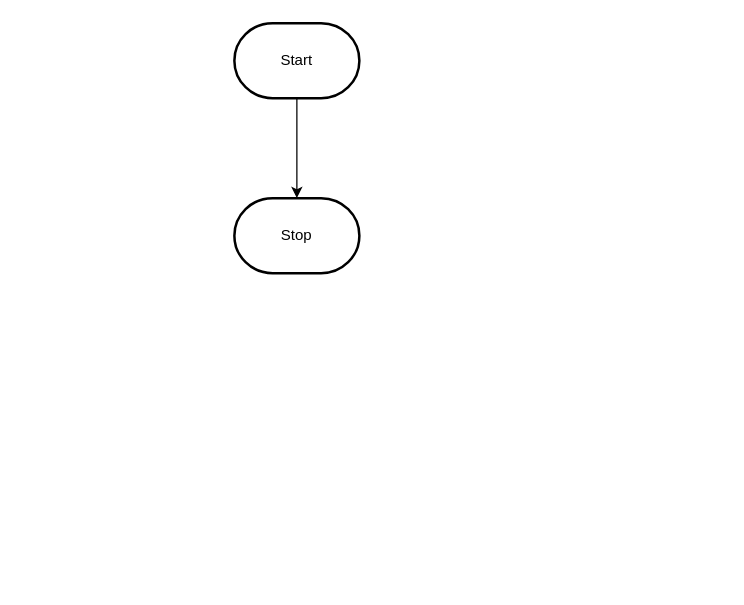
MTHS-ICD2O-1-2023/ICD2O-Unit-5-07-pablo-fiallos-granados keeps this draw.io diagram as design/flowchart.drawio. Above is the earlier version. Source tidied: cells renumbered, new cells numbered last; positions are measured from the earlier drawing's top-left corner, leaving out a move shared by most shapes. Both pictures are drawn from the tidied source at 125%, with x=0, y=0 at pixel (234, 22).
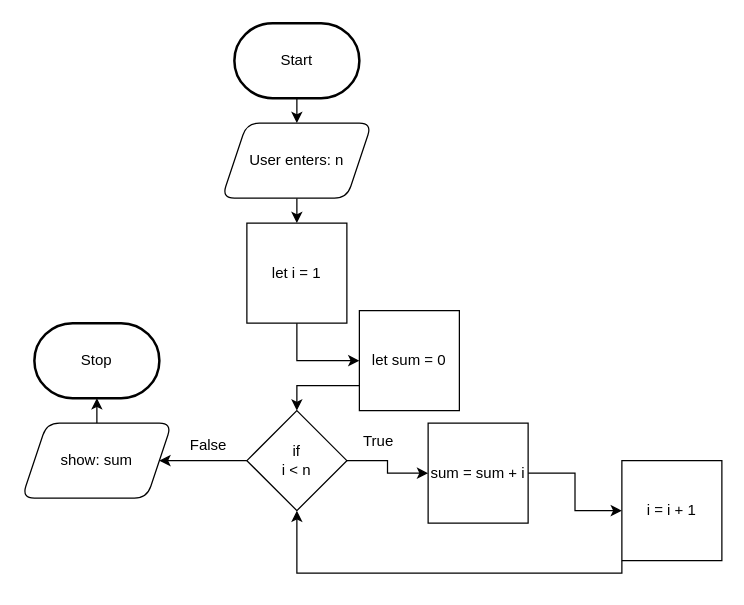
Above is the later version.

Unchanged cells that the change refers to:
```xml
<mxCell id="3" value="Start" style="strokeWidth=2;html=1;shape=mxgraph.flowchart.terminator;whiteSpace=wrap;" parent="1" vertex="1">
  <mxGeometry width="100" height="60" as="geometry" />
</mxCell>
```

The edit, as a diff of the source:
```diff
@@
-    <mxCell id="2" style="edgeStyle=orthogonalEdgeStyle;html=1;rounded=0;" parent="1" edge="1" source="3" target="4">
-      <mxGeometry relative="1" as="geometry" />
-    </mxCell>
+    <mxCell id="5" style="edgeStyle=orthogonalEdgeStyle;html=1;exitX=0.5;exitY=1;exitDx=0;exitDy=0;exitPerimeter=0;rounded=0;" parent="1" edge="1" source="3" target="7">
+      <mxGeometry relative="1" as="geometry" />
+    </mxCell>
@@
     <mxCell id="4" value="Stop" style="strokeWidth=2;html=1;shape=mxgraph.flowchart.terminator;whiteSpace=wrap;" parent="1" vertex="1">
-      <mxGeometry y="140" width="100" height="60" as="geometry" />
+      <mxGeometry x="-160" y="240" width="100" height="60" as="geometry" />
     </mxCell>
+    <mxCell id="6" style="edgeStyle=orthogonalEdgeStyle;rounded=0;html=1;exitX=0.5;exitY=1;exitDx=0;exitDy=0;entryX=0.5;entryY=0;entryDx=0;entryDy=0;" parent="1" edge="1" source="7" target="9">
+      <mxGeometry relative="1" as="geometry" />
+    </mxCell>
+    <mxCell id="7" value="User enters: n" style="shape=parallelogram;perimeter=parallelogramPerimeter;whiteSpace=wrap;html=1;fixedSize=1;rounded=1;" parent="1" vertex="1">
+      <mxGeometry x="-10" y="80" width="120" height="60" as="geometry" />
+    </mxCell>
+    <mxCell id="8" style="edgeStyle=orthogonalEdgeStyle;rounded=0;html=1;exitX=0.5;exitY=1;exitDx=0;exitDy=0;entryX=0;entryY=0.5;entryDx=0;entryDy=0;" parent="1" edge="1" source="9" target="14">
+      <mxGeometry relative="1" as="geometry" />
+    </mxCell>
+    <mxCell id="9" value="let i = 1" style="whiteSpace=wrap;html=1;rounded=0;" parent="1" vertex="1">
+      <mxGeometry x="10" y="160" width="80" height="80" as="geometry" />
+    </mxCell>
+    <mxCell id="10" style="edgeStyle=orthogonalEdgeStyle;rounded=0;html=1;exitX=1;exitY=0.5;exitDx=0;exitDy=0;" parent="1" edge="1" source="12" target="16">
+      <mxGeometry relative="1" as="geometry" />
+    </mxCell>
+    <mxCell id="11" style="edgeStyle=orthogonalEdgeStyle;rounded=0;html=1;exitX=0;exitY=0.5;exitDx=0;exitDy=0;entryX=1;entryY=0.5;entryDx=0;entryDy=0;" parent="1" edge="1" source="12" target="22">
+      <mxGeometry relative="1" as="geometry" />
+    </mxCell>
+    <mxCell id="12" value="if &lt;br&gt;i &amp;lt; n" style="rhombus;whiteSpace=wrap;html=1;rounded=0;" parent="1" vertex="1">
+      <mxGeometry x="10" y="310" width="80" height="80" as="geometry" />
+    </mxCell>
+    <mxCell id="13" style="edgeStyle=orthogonalEdgeStyle;rounded=0;html=1;exitX=0;exitY=0.75;exitDx=0;exitDy=0;entryX=0.5;entryY=0;entryDx=0;entryDy=0;" parent="1" edge="1" source="14" target="12">
+      <mxGeometry relative="1" as="geometry" />
+    </mxCell>
+    <mxCell id="14" value="let sum = 0" style="whiteSpace=wrap;html=1;rounded=0;" parent="1" vertex="1">
+      <mxGeometry x="100" y="230" width="80" height="80" as="geometry" />
+    </mxCell>
+    <mxCell id="15" style="edgeStyle=orthogonalEdgeStyle;rounded=0;html=1;exitX=1;exitY=0.5;exitDx=0;exitDy=0;entryX=0;entryY=0.5;entryDx=0;entryDy=0;" parent="1" edge="1" source="16" target="18">
+      <mxGeometry relative="1" as="geometry" />
+    </mxCell>
+    <mxCell id="16" value="sum = sum + i" style="whiteSpace=wrap;html=1;rounded=0;" parent="1" vertex="1">
+      <mxGeometry x="155" y="320" width="80" height="80" as="geometry" />
+    </mxCell>
+    <mxCell id="17" style="edgeStyle=orthogonalEdgeStyle;rounded=0;html=1;exitX=0;exitY=1;exitDx=0;exitDy=0;entryX=0.5;entryY=1;entryDx=0;entryDy=0;" parent="1" edge="1" source="18" target="12">
+      <mxGeometry relative="1" as="geometry" />
+    </mxCell>
+    <mxCell id="18" value="i = i + 1" style="whiteSpace=wrap;html=1;rounded=0;" parent="1" vertex="1">
+      <mxGeometry x="310" y="350" width="80" height="80" as="geometry" />
+    </mxCell>
+    <mxCell id="19" value="True" style="text;html=1;align=center;verticalAlign=middle;strokeColor=none;fillColor=none;" parent="1" vertex="1">
+      <mxGeometry x="90" y="320" width="50" height="30" as="geometry" />
+    </mxCell>
+    <mxCell id="20" value="False" style="text;html=1;align=center;verticalAlign=middle;strokeColor=none;fillColor=none;" parent="1" vertex="1">
+      <mxGeometry x="-46" y="323" width="50" height="30" as="geometry" />
+    </mxCell>
+    <mxCell id="21" style="edgeStyle=orthogonalEdgeStyle;rounded=0;html=1;exitX=0.5;exitY=0;exitDx=0;exitDy=0;entryX=0.5;entryY=1;entryDx=0;entryDy=0;entryPerimeter=0;" parent="1" edge="1" source="22" target="4">
+      <mxGeometry relative="1" as="geometry" />
+    </mxCell>
+    <mxCell id="22" value="show: sum" style="shape=parallelogram;perimeter=parallelogramPerimeter;whiteSpace=wrap;html=1;fixedSize=1;rounded=1;" parent="1" vertex="1">
+      <mxGeometry x="-170" y="320" width="120" height="60" as="geometry" />
+    </mxCell>
```
